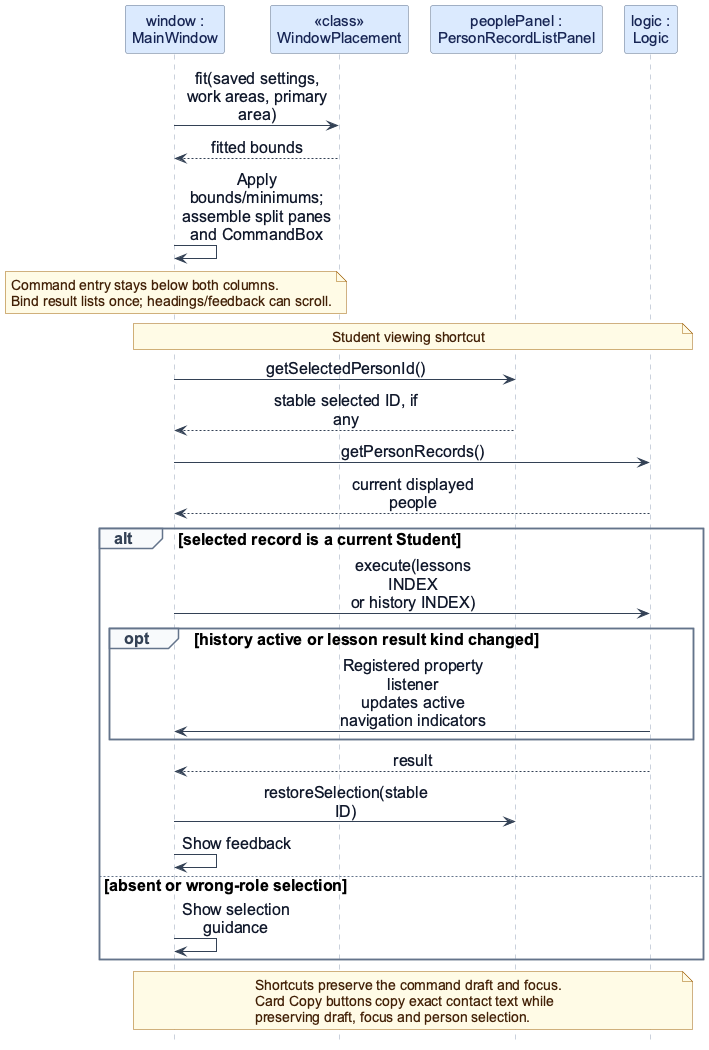
AY2627S1-CS2103T-F13-3/tp keeps this PlantUML diagram as docs/images/WindowNavigation.png. Above is the earlier version.
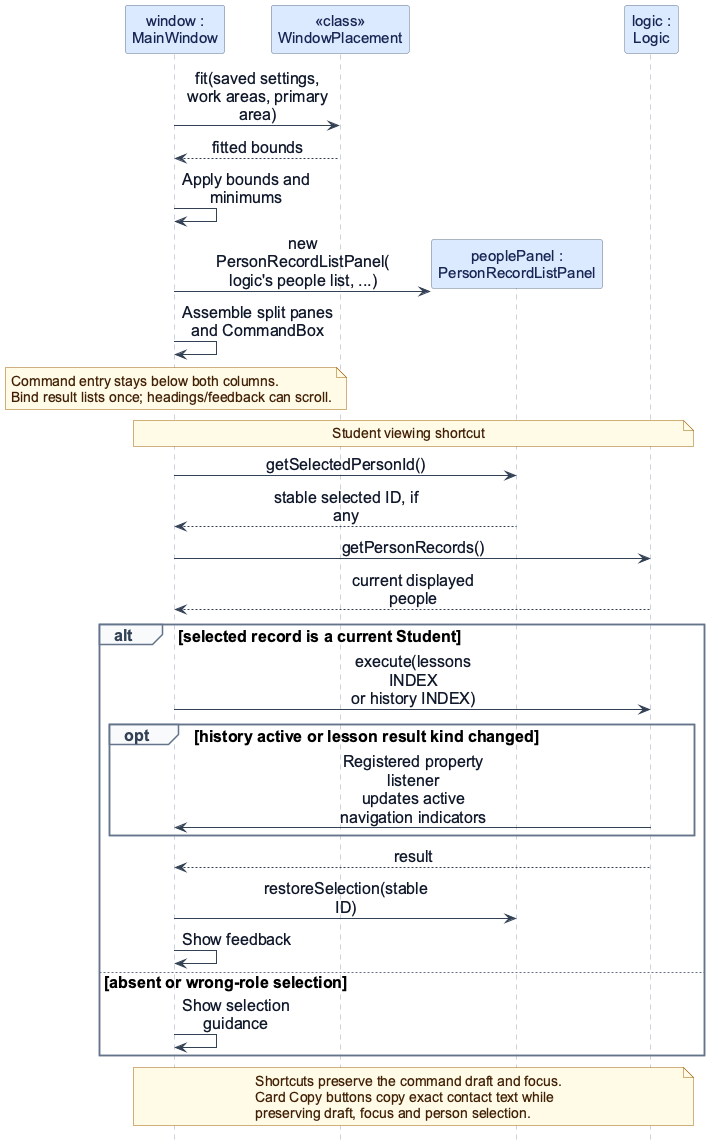
After the change.

What changed in the source:
```diff
@@ -2,12 +2,14 @@
 !include feature-sequence-style.iuml
 participant "window :\nMainWindow" as W
 participant "<<class>>\nWindowPlacement" as P
-participant "peoplePanel :\nPersonRecordListPanel" as V
-participant "logic :\nLogic" as L
 
 W -> P : fit(saved settings,\nwork areas, primary area)
 P --> W : fitted bounds
-W -> W : Apply bounds/minimums;\nassemble split panes and CommandBox
+W -> W : Apply bounds and minimums
+create participant "peoplePanel :\nPersonRecordListPanel" as V
+W -> V : new PersonRecordListPanel(\nlogic's people list, ...)
+participant "logic :\nLogic" as L
+W -> W : Assemble split panes\nand CommandBox
 note over W
   Command entry stays below both columns.
   Bind result lists once; headings/feedback can scroll.
```
